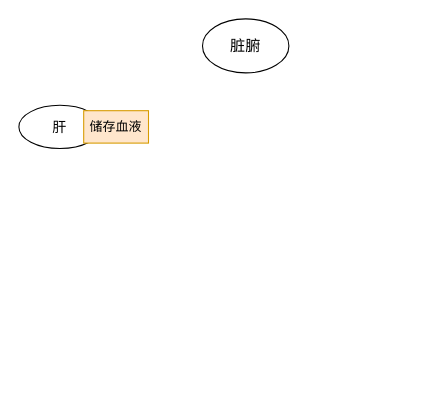
This is 医门推敲叁/中医藏象学说/藏象学说之肝/肝的主藏血功能.drawio from 328507133/chart, a draw.io file, before an edit. Source tidied: cells renumbered, new cells numbered last; positions are measured from the earlier drawing's top-left corner, leaving out a move shared by most shapes. Both pictures are drawn from the tidied source at 108%, with x=0, y=0 at pixel (18, 18).
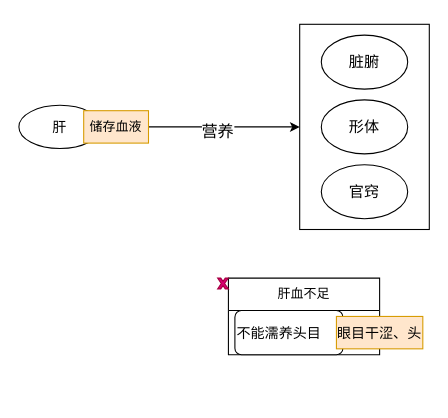
The same page after the edit.

Commit message (it also covers changes not shown here):
更新肝的主藏血功能.drawio

The edit, as a diff of the source:
```diff
@@
 <mxGraphModel>
   <root>
     <mxCell id="0" />
     <mxCell id="1" parent="0" />
     <mxCell id="2" style="group;" parent="1" vertex="1">
       <mxGeometry y="80" width="120" height="40" as="geometry" />
     </mxCell>
     <mxCell id="3" value="肝" style="ellipse;whiteSpace=wrap;html=1;fontSize=13;" parent="2" vertex="1">
       <mxGeometry width="76" height="40" as="geometry" />
     </mxCell>
     <mxCell id="4" style="endArrow=classic;html=1;rounded=0;exitX=1;exitY=0.5;exitDx=0;exitDy=0;" parent="2" edge="1" source="3" target="5">
       <mxGeometry relative="1" as="geometry" />
     </mxCell>
+    <mxCell id="7" style="edgeStyle=orthogonalEdgeStyle;rounded=0;jettySize=auto;html=1;exitX=1;exitY=0.5;exitDx=0;exitDy=0;" parent="2" edge="1" source="5">
+      <mxGeometry relative="1" as="geometry">
+        <mxPoint x="260" y="20" as="targetPoint" />
+      </mxGeometry>
+    </mxCell>
+    <mxCell id="8" value="营养" style="edgeLabel;html=1;align=center;verticalAlign=middle;fontSize=15;" parent="7" vertex="1">
+      <mxGeometry x="-0.11" y="-3" relative="1" as="geometry" />
+    </mxCell>
     <mxCell id="5" value="储存血液" style="text;html=1;strokeColor=#d79b00;fillColor=#ffe6cc;align=center;verticalAlign=middle;whiteSpace=wrap;rounded=0;" parent="2" vertex="1">
       <mxGeometry x="60" y="5" width="60" height="30" as="geometry" />
     </mxCell>
+    <mxCell id="9" style="group;" parent="1" vertex="1">
+      <mxGeometry x="260" y="5" width="120" height="190" as="geometry" />
+    </mxCell>
+    <mxCell id="10" style="rounded=0;whiteSpace=wrap;html=1;" parent="9" vertex="1">
+      <mxGeometry width="120" height="190" as="geometry" />
+    </mxCell>
-    <mxCell id="6" value="脏腑" style="ellipse;whiteSpace=wrap;html=1;fontSize=14;" parent="1" vertex="1">
-      <mxGeometry x="170" width="80" height="50" as="geometry" />
+    <mxCell id="6" value="脏腑" style="ellipse;whiteSpace=wrap;html=1;fontSize=14;" parent="9" vertex="1">
+      <mxGeometry x="20" y="10" width="80" height="50" as="geometry" />
     </mxCell>
+    <mxCell id="11" value="形体" style="ellipse;whiteSpace=wrap;html=1;fontSize=14;" parent="9" vertex="1">
+      <mxGeometry x="20" y="70" width="80" height="50" as="geometry" />
+    </mxCell>
+    <mxCell id="12" value="官窍" style="ellipse;whiteSpace=wrap;html=1;fontSize=14;" parent="9" vertex="1">
+      <mxGeometry x="20" y="130" width="80" height="50" as="geometry" />
+    </mxCell>
+    <mxCell id="13" style="group;" parent="1" vertex="1">
+      <mxGeometry x="184" y="240" width="150" height="112" as="geometry" />
+    </mxCell>
+    <mxCell id="14" value="肝血不足" style="swimlane;fontStyle=0;horizontal=1;startSize=30;whiteSpace=wrap;html=1;" parent="13" vertex="1">
+      <mxGeometry x="10" width="140" height="71" as="geometry" />
+    </mxCell>
+    <mxCell id="15" style="group;fontSize=13;align=left;" parent="14" vertex="1">
+      <mxGeometry y="30" width="140" height="41" as="geometry" />
+    </mxCell>
+    <mxCell id="16" value="不能濡养头目" style="rounded=1;whiteSpace=wrap;html=1;fontSize=13;align=left;" parent="15" vertex="1">
+      <mxGeometry x="6" width="100" height="41" as="geometry" />
+    </mxCell>
+    <mxCell id="17" value="眼目干涩、头" style="text;html=1;strokeColor=#d79b00;fillColor=#ffe6cc;align=center;verticalAlign=middle;whiteSpace=wrap;rounded=0;fontSize=13;" parent="15" vertex="1">
+      <mxGeometry x="100" y="5.5" width="80" height="30" as="geometry" />
+    </mxCell>
+    <mxCell id="18" style="verticalLabelPosition=bottom;verticalAlign=top;html=1;shape=mxgraph.basic.x;fontColor=#ffffff;fillColor=#d80073;strokeColor=#A50040;" parent="13" vertex="1">
+      <mxGeometry width="10" height="10" as="geometry" />
+    </mxCell>
   </root>
 </mxGraphModel>
```
